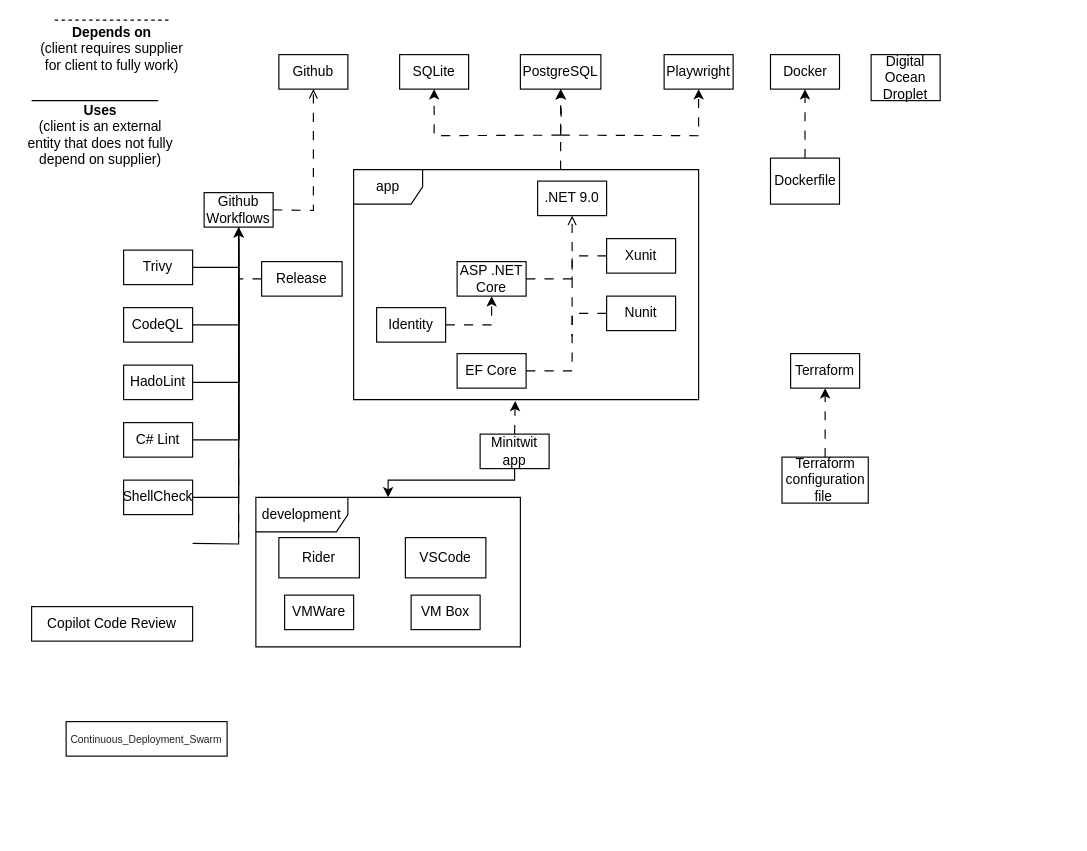
The draw.io diagram diagrams/dependency_diagram/MiniTwit_dependency_diagram.drawio in Joakim-David/GruppeOG, before the edit. Source tidied: cells renumbered, new cells numbered last; positions are measured from the earlier drawing's top-left corner, leaving out a move shared by most shapes. Both pictures are drawn from the tidied source at 115%, with x=0, y=0 at pixel (20, 20).
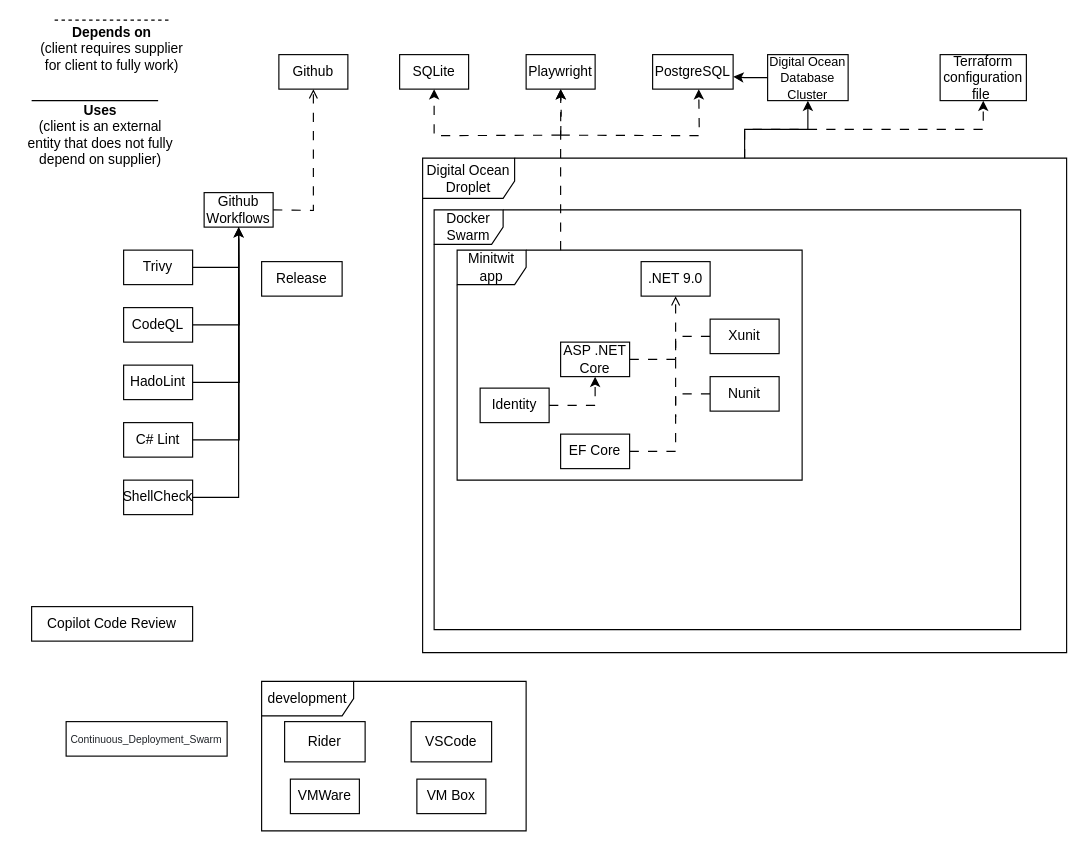
Above is the later version.

Commit message:
Rework to new package structure

The change refers to these unchanged cells:
```xml
<mxCell id="4" value="Github Workflows" style="rounded=0;whiteSpace=wrap;html=1;" parent="1" vertex="1">
  <mxGeometry x="160" y="150" width="60" height="30" as="geometry" />
</mxCell>
<mxCell id="17" value="&lt;font&gt;Release&lt;/font&gt;" style="rounded=0;whiteSpace=wrap;html=1;" parent="1" vertex="1">
  <mxGeometry x="210" y="210" width="70" height="30" as="geometry" />
</mxCell>
```

Diff of the diagram source:
```diff
@@
-    <mxCell id="15" style="edgeStyle=orthogonalEdgeStyle;rounded=0;jettySize=auto;html=1;endArrow=none;endFill=0;entryX=0.5;entryY=1;entryDx=0;entryDy=0;" parent="1" edge="1" target="4">
-      <mxGeometry relative="1" as="geometry">
-        <mxPoint x="150" y="455" as="sourcePoint" />
-      </mxGeometry>
-    </mxCell>
-    <mxCell id="16" style="edgeStyle=orthogonalEdgeStyle;rounded=0;jettySize=auto;html=1;endArrow=none;endFill=0;dashed=1;dashPattern=8 8;" parent="1" edge="1" source="17">
-      <mxGeometry relative="1" as="geometry">
-        <mxPoint x="190" y="450" as="targetPoint" />
-      </mxGeometry>
-    </mxCell>
@@
-    <mxCell id="19" style="edgeStyle=orthogonalEdgeStyle;rounded=0;jettySize=auto;html=1;entryX=0.5;entryY=1;entryDx=0;entryDy=0;dashed=1;dashPattern=8 8;" parent="1" edge="1" target="27">
+    <mxCell id="19" style="edgeStyle=orthogonalEdgeStyle;rounded=0;orthogonalLoop=1;jettySize=auto;html=1;entryX=0.5;entryY=1;entryDx=0;entryDy=0;dashed=1;dashPattern=8 8;" parent="1" edge="1">
       <mxGeometry relative="1" as="geometry">
         <mxPoint x="470" y="100" as="sourcePoint" />
+        <mxPoint x="470" y="60" as="targetPoint" />
       </mxGeometry>
     </mxCell>
-    <mxCell id="20" style="edgeStyle=orthogonalEdgeStyle;rounded=0;jettySize=auto;html=1;exitX=0.5;exitY=0;exitDx=0;exitDy=0;dashed=1;dashPattern=8 8;" parent="1" edge="1" target="26">
+    <mxCell id="20" style="edgeStyle=orthogonalEdgeStyle;rounded=0;orthogonalLoop=1;jettySize=auto;html=1;exitX=0.5;exitY=0;exitDx=0;exitDy=0;dashed=1;dashPattern=8 8;" parent="1" edge="1">
       <mxGeometry relative="1" as="geometry">
         <mxPoint x="470" y="100" as="sourcePoint" />
+        <mxPoint x="590.1" y="60" as="targetPoint" />
       </mxGeometry>
     </mxCell>
@@
-    <mxCell id="26" value="Playwright" style="rounded=0;whiteSpace=wrap;html=1;" parent="1" vertex="1">
-      <mxGeometry x="560" y="30" width="60" height="30" as="geometry" />
-    </mxCell>
-    <mxCell id="27" value="PostgreSQL" style="rounded=0;whiteSpace=wrap;html=1;" parent="1" vertex="1">
-      <mxGeometry x="435" y="30" width="70" height="30" as="geometry" />
-    </mxCell>
-    <mxCell id="28" value="Minitwit app" style="rounded=0;whiteSpace=wrap;html=1;" parent="1" vertex="1">
-      <mxGeometry x="400" y="360" width="60" height="30" as="geometry" />
-    </mxCell>
-    <mxCell id="29" style="edgeStyle=orthogonalEdgeStyle;rounded=0;jettySize=auto;html=1;entryX=0.466;entryY=1.005;entryDx=0;entryDy=0;entryPerimeter=0;dashed=1;dashPattern=8 8;exitX=0.5;exitY=0;exitDx=0;exitDy=0;" parent="1" edge="1" source="28">
-      <mxGeometry relative="1" as="geometry">
-        <mxPoint x="430.5" y="331.1" as="targetPoint" />
-      </mxGeometry>
-    </mxCell>
@@
-    <mxCell id="33" style="edgeStyle=orthogonalEdgeStyle;rounded=0;jettySize=auto;html=1;dashed=1;dashPattern=8 8;" parent="1" edge="1" source="34" target="27">
+    <mxCell id="33" style="edgeStyle=orthogonalEdgeStyle;rounded=0;jettySize=auto;html=1;dashed=1;dashPattern=8 8;" parent="1" edge="1" source="34">
       <mxGeometry relative="1" as="geometry">
+        <mxPoint x="470.1" y="60" as="targetPoint" />
         <Array as="points">
           <mxPoint x="470" y="120" />
           <mxPoint x="470" y="120" />
         </Array>
       </mxGeometry>
     </mxCell>
-    <mxCell id="34" value="app" style="shape=umlFrame;whiteSpace=wrap;html=1;" parent="1" vertex="1">
-      <mxGeometry x="290" y="130" width="300" height="200" as="geometry" />
+    <mxCell id="34" value="Minitwit app" style="shape=umlFrame;whiteSpace=wrap;html=1;" parent="1" vertex="1">
+      <mxGeometry x="380" y="200" width="300" height="200" as="geometry" />
     </mxCell>
@@
     <mxCell id="36" value="Identity" style="rounded=0;whiteSpace=wrap;html=1;" parent="1" vertex="1">
-      <mxGeometry x="310" y="250" width="60" height="30" as="geometry" />
+      <mxGeometry x="400" y="320" width="60" height="30" as="geometry" />
     </mxCell>
     <mxCell id="37" value=".NET 9.0" style="rounded=0;whiteSpace=wrap;html=1;" parent="1" vertex="1">
-      <mxGeometry x="450" y="140" width="60" height="30" as="geometry" />
+      <mxGeometry x="540" y="210" width="60" height="30" as="geometry" />
     </mxCell>
@@
     <mxCell id="39" value="ASP .NET Core" style="rounded=0;whiteSpace=wrap;html=1;" parent="1" vertex="1">
-      <mxGeometry x="380" y="210" width="60" height="30" as="geometry" />
+      <mxGeometry x="470" y="280" width="60" height="30" as="geometry" />
     </mxCell>
     <mxCell id="40" style="edgeStyle=orthogonalEdgeStyle;rounded=0;orthogonalLoop=1;jettySize=auto;html=1;endArrow=none;endFill=0;dashed=1;dashPattern=8 8;" parent="1" edge="1">
       <mxGeometry relative="1" as="geometry">
-        <mxPoint x="440" y="305" as="sourcePoint" />
-        <mxPoint x="480" y="220" as="targetPoint" />
+        <mxPoint x="530" y="375" as="sourcePoint" />
+        <mxPoint x="570" y="290" as="targetPoint" />
         <Array as="points">
-          <mxPoint x="480" y="305" />
+          <mxPoint x="570" y="375" />
         </Array>
       </mxGeometry>
     </mxCell>
     <mxCell id="41" value="EF Core" style="rounded=0;whiteSpace=wrap;html=1;" parent="1" vertex="1">
-      <mxGeometry x="380" y="290" width="60" height="30" as="geometry" />
+      <mxGeometry x="470" y="360" width="60" height="30" as="geometry" />
     </mxCell>
     <mxCell id="42" style="edgeStyle=orthogonalEdgeStyle;rounded=0;orthogonalLoop=1;jettySize=auto;html=1;endArrow=none;endFill=0;dashed=1;dashPattern=8 8;" parent="1" edge="1">
       <mxGeometry relative="1" as="geometry">
-        <mxPoint x="510" y="205" as="sourcePoint" />
-        <mxPoint x="480" y="225" as="targetPoint" />
+        <mxPoint x="600" y="275" as="sourcePoint" />
+        <mxPoint x="570" y="295" as="targetPoint" />
       </mxGeometry>
     </mxCell>
     <mxCell id="43" style="edgeStyle=orthogonalEdgeStyle;rounded=0;orthogonalLoop=1;jettySize=auto;html=1;endArrow=none;endFill=0;dashed=1;dashPattern=8 8;" parent="1" edge="1">
       <mxGeometry relative="1" as="geometry">
-        <mxPoint x="510" y="255" as="sourcePoint" />
-        <mxPoint x="480" y="275" as="targetPoint" />
+        <mxPoint x="600" y="325" as="sourcePoint" />
+        <mxPoint x="570" y="345" as="targetPoint" />
       </mxGeometry>
     </mxCell>
     <mxCell id="44" value="Xunit" style="rounded=0;whiteSpace=wrap;html=1;" parent="1" vertex="1">
-      <mxGeometry x="510" y="190" width="60" height="30" as="geometry" />
+      <mxGeometry x="600" y="260" width="60" height="30" as="geometry" />
     </mxCell>
     <mxCell id="45" value="Nunit" style="rounded=0;whiteSpace=wrap;html=1;" parent="1" vertex="1">
-      <mxGeometry x="510" y="240" width="60" height="30" as="geometry" />
+      <mxGeometry x="600" y="310" width="60" height="30" as="geometry" />
     </mxCell>
     <mxCell id="46" value="development" style="shape=umlFrame;whiteSpace=wrap;html=1;width=80;height=30;" parent="1" vertex="1">
-      <mxGeometry x="205" y="415" width="230" height="130" as="geometry" />
+      <mxGeometry x="210" y="575" width="230" height="130" as="geometry" />
     </mxCell>
     <mxCell id="47" value="Rider" style="html=1;whiteSpace=wrap;" parent="1" vertex="1">
-      <mxGeometry x="225" y="450" width="70" height="35" as="geometry" />
+      <mxGeometry x="230" y="610" width="70" height="35" as="geometry" />
     </mxCell>
     <mxCell id="48" value="VSCode" style="html=1;whiteSpace=wrap;" parent="1" vertex="1">
-      <mxGeometry x="335" y="450" width="70" height="35" as="geometry" />
+      <mxGeometry x="340" y="610" width="70" height="35" as="geometry" />
     </mxCell>
     <mxCell id="49" value="VMWare" style="html=1;whiteSpace=wrap;" parent="1" vertex="1">
-      <mxGeometry x="230" y="500" width="60" height="30" as="geometry" />
+      <mxGeometry x="235" y="660" width="60" height="30" as="geometry" />
     </mxCell>
-    <mxCell id="50" style="edgeStyle=orthogonalEdgeStyle;rounded=0;jettySize=auto;html=1;" parent="1" edge="1" source="28" target="46">
-      <mxGeometry relative="1" as="geometry">
-        <Array as="points">
-          <mxPoint x="320" y="400" />
-        </Array>
-      </mxGeometry>
-    </mxCell>
-    <mxCell id="51" style="edgeStyle=orthogonalEdgeStyle;rounded=0;jettySize=auto;html=1;entryX=0.5;entryY=1;entryDx=0;entryDy=0;dashed=1;dashPattern=8 8;" parent="1" edge="1" source="52" target="55">
-      <mxGeometry relative="1" as="geometry" />
-    </mxCell>
     <mxCell id="52" value="Terraform configuration file&amp;nbsp;" style="html=1;whiteSpace=wrap;" parent="1" vertex="1">
-      <mxGeometry x="662.5" y="380" width="75" height="40" as="geometry" />
+      <mxGeometry x="800" y="30" width="75" height="40" as="geometry" />
     </mxCell>
     <mxCell id="53" value="VM Box" style="html=1;whiteSpace=wrap;" parent="1" vertex="1">
-      <mxGeometry x="340" y="500" width="60" height="30" as="geometry" />
+      <mxGeometry x="345" y="660" width="60" height="30" as="geometry" />
     </mxCell>
+    <mxCell id="27" value="PostgreSQL" style="rounded=0;whiteSpace=wrap;html=1;" parent="1" vertex="1">
+      <mxGeometry x="550" y="30" width="70" height="30" as="geometry" />
+    </mxCell>
+    <mxCell id="26" value="Playwright" style="rounded=0;whiteSpace=wrap;html=1;" parent="1" vertex="1">
+      <mxGeometry x="440" y="30" width="60" height="30" as="geometry" />
+    </mxCell>
+    <mxCell id="59" value="&lt;font style=&quot;font-size: 11px;&quot;&gt;Digital Ocean Database Cluster&lt;/font&gt;" style="html=1;whiteSpace=wrap;" parent="1" vertex="1">
+      <mxGeometry x="650" y="30" width="70" height="40" as="geometry" />
+    </mxCell>
+    <mxCell id="60" style="edgeStyle=orthogonalEdgeStyle;rounded=0;jettySize=auto;html=1;entryX=1.002;entryY=0.643;entryDx=0;entryDy=0;entryPerimeter=0;" parent="1" edge="1" source="59" target="27">
+      <mxGeometry relative="1" as="geometry" />
+    </mxCell>
+    <mxCell id="61" style="edgeStyle=orthogonalEdgeStyle;rounded=0;jettySize=auto;html=1;entryX=0.5;entryY=1;entryDx=0;entryDy=0;" parent="1" edge="1" source="54" target="59">
+      <mxGeometry relative="1" as="geometry" />
+    </mxCell>
+    <mxCell id="62" style="edgeStyle=orthogonalEdgeStyle;rounded=0;jettySize=auto;html=1;entryX=0.5;entryY=1;entryDx=0;entryDy=0;dashed=1;dashPattern=8 8;" parent="1" edge="1" source="54" target="52">
+      <mxGeometry relative="1" as="geometry" />
+    </mxCell>
-    <mxCell id="54" value="Digital Ocean Droplet" style="html=1;whiteSpace=wrap;" parent="1" vertex="1">
-      <mxGeometry x="740" y="30" width="60" height="40" as="geometry" />
+    <mxCell id="54" value="Digital Ocean Droplet" style="shape=umlFrame;whiteSpace=wrap;html=1;width=80;height=35;" parent="1" vertex="1">
+      <mxGeometry x="350" y="120" width="560" height="430" as="geometry" />
     </mxCell>
-    <mxCell id="55" value="Terraform" style="html=1;whiteSpace=wrap;" parent="1" vertex="1">
-      <mxGeometry x="670" y="290" width="60" height="30" as="geometry" />
-    </mxCell>
-    <mxCell id="56" value="Docker" style="html=1;whiteSpace=wrap;" parent="1" vertex="1">
-      <mxGeometry x="652.5" y="30" width="60" height="30" as="geometry" />
-    </mxCell>
-    <mxCell id="57" style="edgeStyle=orthogonalEdgeStyle;rounded=0;jettySize=auto;html=1;dashed=1;dashPattern=8 8;" parent="1" edge="1" source="58" target="56">
-      <mxGeometry relative="1" as="geometry" />
-    </mxCell>
-    <mxCell id="58" value="Dockerfile" style="whiteSpace=wrap;html=1;" parent="1" vertex="1">
-      <mxGeometry x="652.5" y="120" width="60" height="40" as="geometry" />
-    </mxCell>
+    <mxCell id="63" value="Docker Swarm" style="shape=umlFrame;whiteSpace=wrap;html=1;" parent="1" vertex="1">
+      <mxGeometry x="360" y="165" width="510" height="365" as="geometry" />
+    </mxCell>
```
